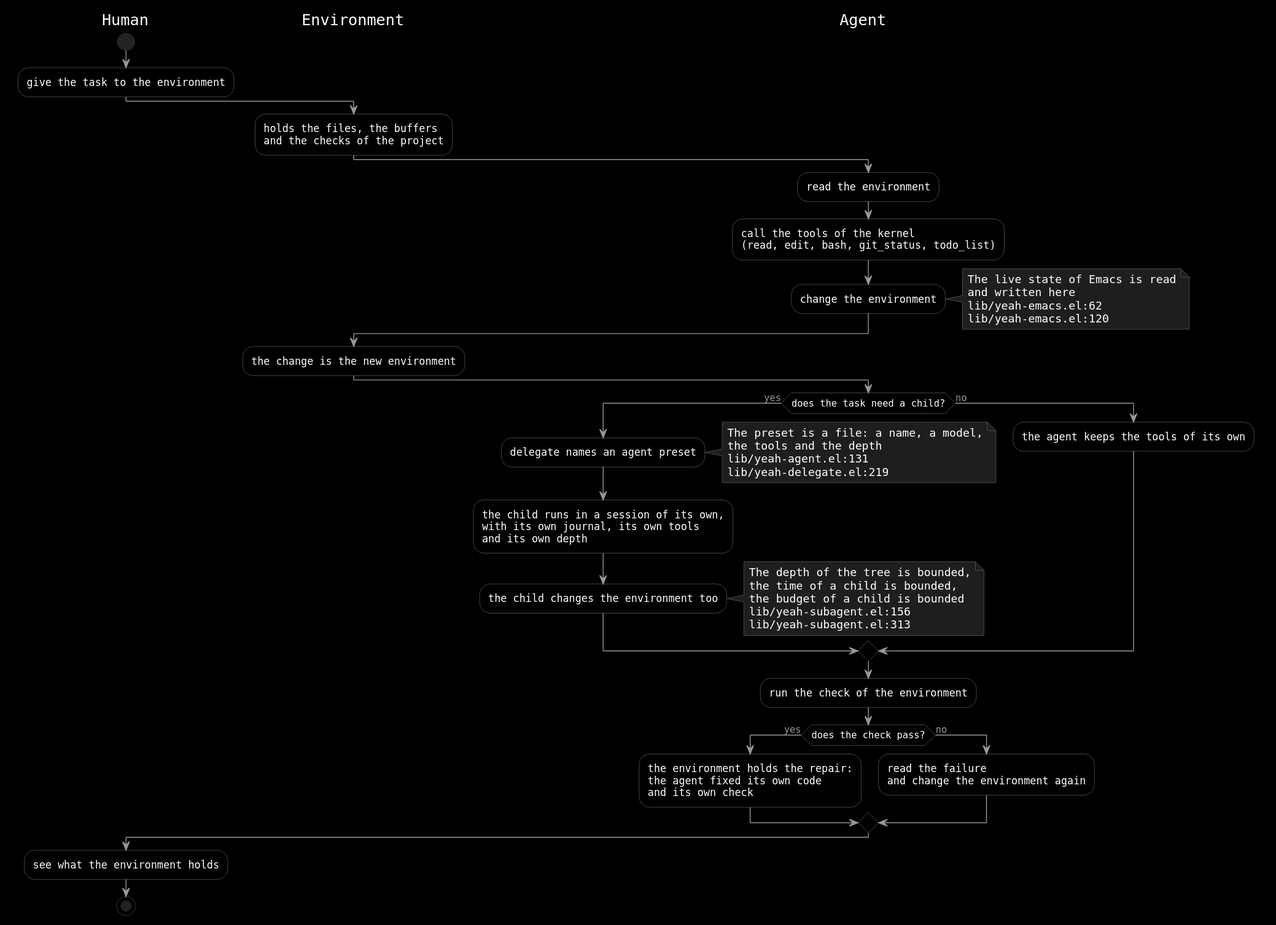
11111000000/yeah keeps this PlantUML diagram as site/assets/diagrams/fixed-point-dark.svg. Above is the earlier version. The source it was exported from:
```plantuml
@startuml
skinparam nodeStyle rectangle
skinparam stateStyle rectangle
skinparam componentStyle rectangle
skinparam shadowing false
skinparam defaultFontName "DejaVu Sans Mono"
skinparam backgroundColor #000000
skinparam defaultFontColor #FFFFFF
skinparam ArrowColor #989898
skinparam ArrowFontColor #989898
skinparam StateBackgroundColor #000000
skinparam StateBorderColor #646464
skinparam StateFontColor #FFFFFF
skinparam packageBackgroundColor #1E1E1E
skinparam packageBorderColor #646464
skinparam packageFontColor #FFFFFF
skinparam componentBackgroundColor #000000
skinparam componentBorderColor #646464
skinparam componentFontColor #FFFFFF
skinparam activityBackgroundColor #000000
skinparam activityBorderColor #646464
skinparam activityFontColor #FFFFFF
skinparam noteBackgroundColor #1E1E1E
skinparam noteBorderColor #646464

|Human|
start
:give the task to the environment;

|Environment|
:holds the files, the buffers\nand the checks of the project;

|Agent|
:read the environment;
:call the tools of the kernel\n(read, edit, bash, git_status, todo_list);
:change the environment;
note right
  The live state of Emacs is read
  and written here
  lib/yeah-emacs.el:62
  lib/yeah-emacs.el:120
end note

|Environment|
:the change is the new environment;

|Agent|
if (does the task need a child?) then (yes)
  :delegate names an agent preset;
  note right
    The preset is a file: a name, a model,
    the tools and the depth
    lib/yeah-agent.el:131
    lib/yeah-delegate.el:219
  end note
  :the child runs in a session of its own,\nwith its own journal, its own tools\nand its own depth;
  :the child changes the environment too;
  note right
    The depth of the tree is bounded,
    the time of a child is bounded,
    the budget of a child is bounded
    lib/yeah-subagent.el:156
    lib/yeah-subagent.el:313
  end note
else (no)
  :the agent keeps the tools of its own;
endif

|Agent|
:run the check of the environment;
if (does the check pass?) then (yes)
  :the environment holds the repair:\nthe agent fixed its own code\nand its own check;
else (no)
  :read the failure\nand change the environment again;
endif

|Human|
:see what the environment holds;
stop
@enduml
```
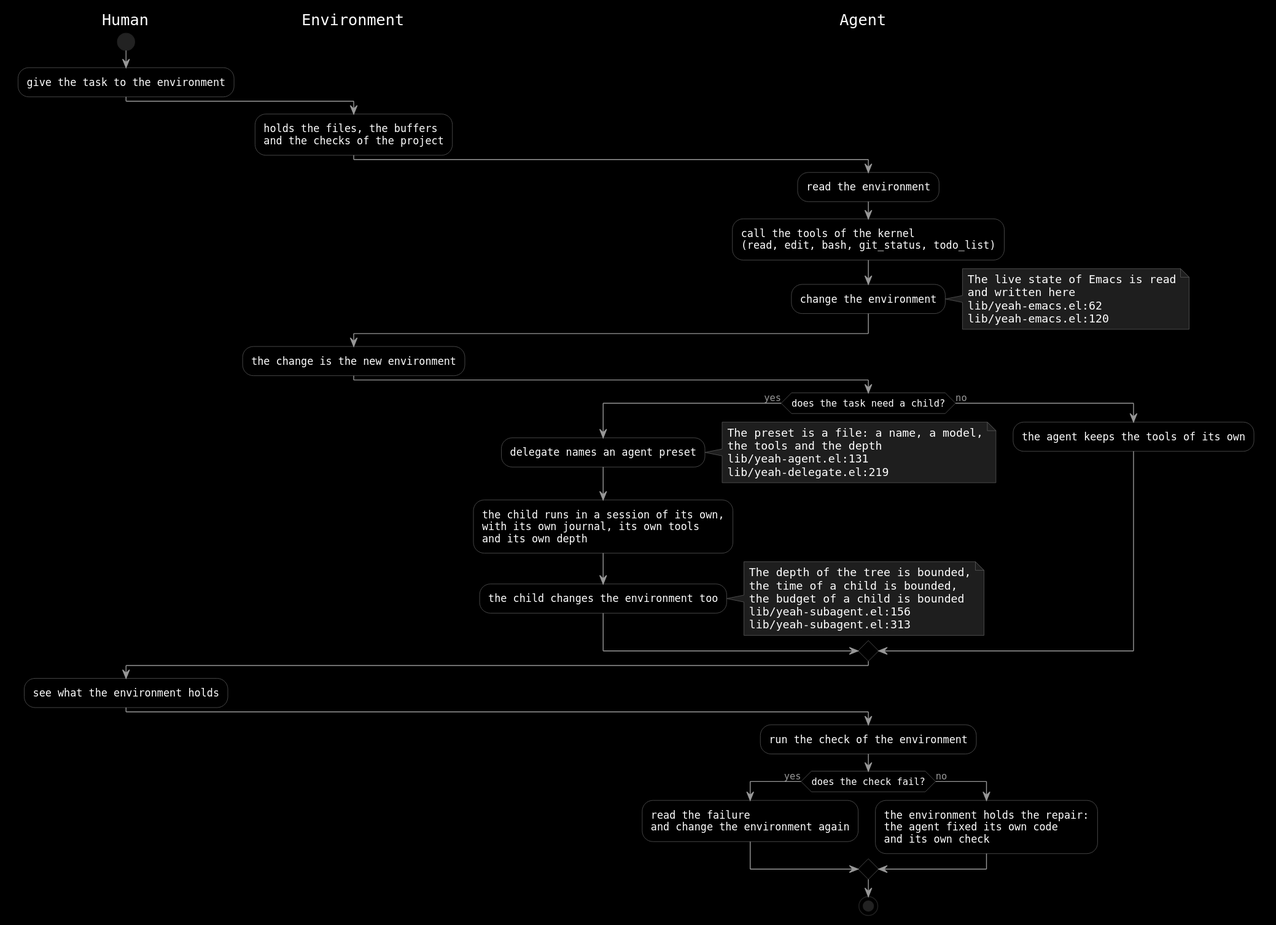
Later version of the same file.

Commit message:
fix(site): the fixed point ends with the demonstration

The edit, as a diff of the source:
```diff
@@ -66,15 +66,15 @@
   :the agent keeps the tools of its own;
 endif
 
+|Human|
+:see what the environment holds;
+
 |Agent|
 :run the check of the environment;
-if (does the check pass?) then (yes)
+if (does the check fail?) then (yes)
+  :read the failure\nand change the environment again;
+else (no)
   :the environment holds the repair:\nthe agent fixed its own code\nand its own check;
-else (no)
-  :read the failure\nand change the environment again;
 endif
-
-|Human|
-:see what the environment holds;
 stop
 @enduml
```
